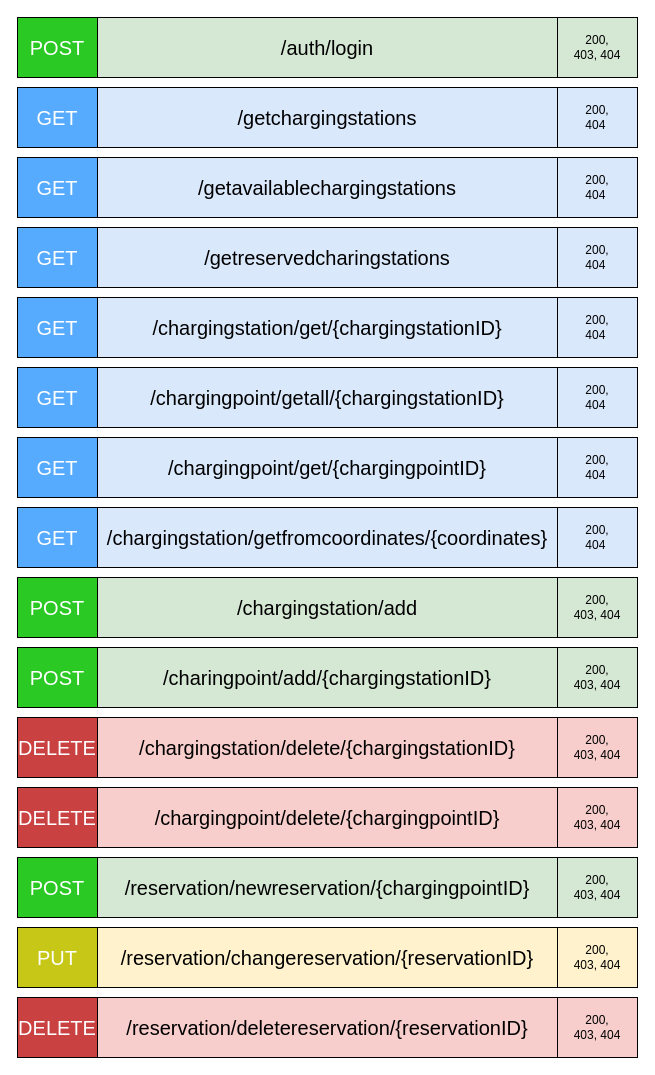
08micco/P6 keeps this draw.io diagram as draw.io/CSR API Endpoints.drawio. Above is the earlier version. Source tidied: cells renumbered, new cells numbered last; positions are measured from the earlier drawing's top-left corner, leaving out a move shared by most shapes. Both pictures are drawn from the tidied source at 100%, with x=0, y=0 at pixel (17, 17).
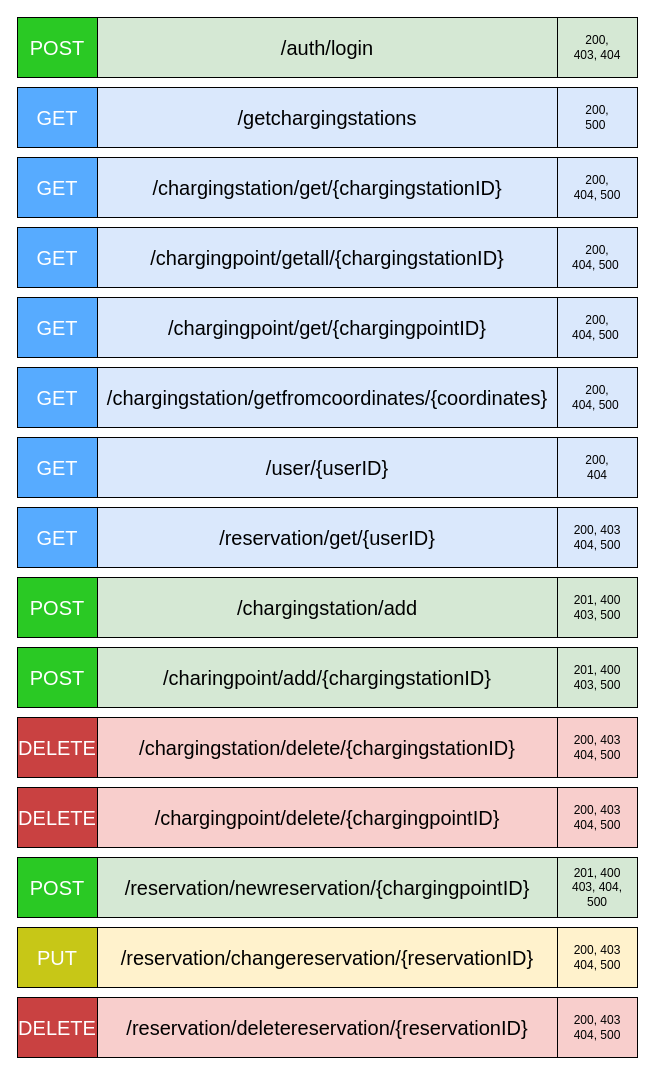
Above is the later version.

Diff of the diagram source:
```diff
@@
-    <mxCell id="8" value="200,&lt;div&gt;404&amp;nbsp;&lt;/div&gt;" style="rounded=0;whiteSpace=wrap;html=1;fillColor=#dae8fc;strokeColor=#000000;" parent="1" vertex="1">
+    <mxCell id="8" value="200,&lt;div&gt;500&amp;nbsp;&lt;/div&gt;" style="rounded=0;whiteSpace=wrap;html=1;fillColor=#dae8fc;strokeColor=#000000;" parent="1" vertex="1">
       <mxGeometry x="540" y="70" width="80" height="60" as="geometry" />
     </mxCell>
@@
-    <mxCell id="10" value="200,&lt;div&gt;403, 404&lt;/div&gt;" style="rounded=0;whiteSpace=wrap;html=1;fillColor=#f8cecc;strokeColor=#000000;" parent="1" vertex="1">
+    <mxCell id="10" value="200, 403&lt;div&gt;404, 500&lt;/div&gt;" style="rounded=0;whiteSpace=wrap;html=1;fillColor=#f8cecc;strokeColor=#000000;" parent="1" vertex="1">
       <mxGeometry x="540" y="700" width="80" height="60" as="geometry" />
     </mxCell>
-    <mxCell id="11" value="&lt;font style=&quot;font-size: 20px;&quot;&gt;/getavailablechargingstations&lt;/font&gt;" style="rounded=0;whiteSpace=wrap;html=1;fillColor=#dae8fc;strokeColor=#000000;" parent="1" vertex="1">
-      <mxGeometry x="80" y="140" width="460" height="60" as="geometry" />
-    </mxCell>
-    <mxCell id="12" value="&lt;font color=&quot;#ffffff&quot; style=&quot;font-size: 20px;&quot;&gt;GET&lt;/font&gt;" style="rounded=0;whiteSpace=wrap;html=1;fillColor=#57ABFF;strokeColor=#000000;" parent="1" vertex="1">
-      <mxGeometry y="140" width="80" height="60" as="geometry" />
-    </mxCell>
-    <mxCell id="13" value="200,&lt;div&gt;404&amp;nbsp;&lt;/div&gt;" style="rounded=0;whiteSpace=wrap;html=1;fillColor=#dae8fc;strokeColor=#000000;" parent="1" vertex="1">
-      <mxGeometry x="540" y="140" width="80" height="60" as="geometry" />
-    </mxCell>
-    <mxCell id="14" value="&lt;font style=&quot;font-size: 20px;&quot;&gt;/getreservedcharingstations&lt;/font&gt;" style="rounded=0;whiteSpace=wrap;html=1;fillColor=#dae8fc;strokeColor=#000000;" parent="1" vertex="1">
-      <mxGeometry x="80" y="210" width="460" height="60" as="geometry" />
-    </mxCell>
-    <mxCell id="15" value="&lt;font color=&quot;#ffffff&quot; style=&quot;font-size: 20px;&quot;&gt;GET&lt;/font&gt;" style="rounded=0;whiteSpace=wrap;html=1;fillColor=#57ABFF;strokeColor=#000000;" parent="1" vertex="1">
-      <mxGeometry y="210" width="80" height="60" as="geometry" />
-    </mxCell>
-    <mxCell id="16" value="200,&lt;div&gt;404&amp;nbsp;&lt;/div&gt;" style="rounded=0;whiteSpace=wrap;html=1;fillColor=#dae8fc;strokeColor=#000000;" parent="1" vertex="1">
-      <mxGeometry x="540" y="210" width="80" height="60" as="geometry" />
-    </mxCell>
@@
-    <mxCell id="19" value="200,&lt;div&gt;403, 404&lt;/div&gt;" style="rounded=0;whiteSpace=wrap;html=1;fillColor=#d5e8d4;strokeColor=#000000;" parent="1" vertex="1">
+    <mxCell id="19" value="201, 400&lt;div&gt;403, 500&lt;/div&gt;" style="rounded=0;whiteSpace=wrap;html=1;fillColor=#d5e8d4;strokeColor=#000000;" parent="1" vertex="1">
       <mxGeometry x="540" y="560" width="80" height="60" as="geometry" />
     </mxCell>
@@
-    <mxCell id="22" value="200,&lt;div&gt;403, 404&lt;/div&gt;" style="rounded=0;whiteSpace=wrap;html=1;fillColor=#d5e8d4;strokeColor=#000000;" parent="1" vertex="1">
+    <mxCell id="22" value="201, 400&lt;div&gt;403, 500&lt;/div&gt;" style="rounded=0;whiteSpace=wrap;html=1;fillColor=#d5e8d4;strokeColor=#000000;" parent="1" vertex="1">
       <mxGeometry x="540" y="630" width="80" height="60" as="geometry" />
     </mxCell>
@@
-    <mxCell id="25" value="200,&lt;div&gt;403, 404&lt;/div&gt;" style="rounded=0;whiteSpace=wrap;html=1;fillColor=#f8cecc;strokeColor=#000000;" parent="1" vertex="1">
+    <mxCell id="25" value="200, 403&lt;div&gt;404, 500&lt;/div&gt;" style="rounded=0;whiteSpace=wrap;html=1;fillColor=#f8cecc;strokeColor=#000000;" parent="1" vertex="1">
       <mxGeometry x="540" y="770" width="80" height="60" as="geometry" />
     </mxCell>
@@
-    <mxCell id="28" value="200,&lt;div&gt;403, 404&lt;/div&gt;" style="rounded=0;whiteSpace=wrap;html=1;fillColor=#d5e8d4;strokeColor=#000000;" parent="1" vertex="1">
+    <mxCell id="28" value="201, 400&lt;div&gt;403, 404,&lt;/div&gt;&lt;div&gt;500&lt;/div&gt;" style="rounded=0;whiteSpace=wrap;html=1;fillColor=#d5e8d4;strokeColor=#000000;" parent="1" vertex="1">
       <mxGeometry x="540" y="840" width="80" height="60" as="geometry" />
     </mxCell>
@@
-    <mxCell id="31" value="200,&lt;div&gt;403, 404&lt;/div&gt;" style="rounded=0;whiteSpace=wrap;html=1;fillColor=#fff2cc;strokeColor=#000000;" parent="1" vertex="1">
+    <mxCell id="31" value="200, 403&lt;div&gt;404, 500&lt;/div&gt;" style="rounded=0;whiteSpace=wrap;html=1;fillColor=#fff2cc;strokeColor=#000000;" parent="1" vertex="1">
       <mxGeometry x="540" y="910" width="80" height="60" as="geometry" />
     </mxCell>
@@
-    <mxCell id="34" value="200,&lt;div&gt;403, 404&lt;/div&gt;" style="rounded=0;whiteSpace=wrap;html=1;fillColor=#f8cecc;strokeColor=#000000;" parent="1" vertex="1">
+    <mxCell id="34" value="200, 403&lt;div&gt;404, 500&lt;/div&gt;" style="rounded=0;whiteSpace=wrap;html=1;fillColor=#f8cecc;strokeColor=#000000;" parent="1" vertex="1">
       <mxGeometry x="540" y="980" width="80" height="60" as="geometry" />
     </mxCell>
     <mxCell id="35" value="&lt;font style=&quot;font-size: 20px;&quot;&gt;/chargingstation/get/{chargingstationID}&lt;/font&gt;" style="rounded=0;whiteSpace=wrap;html=1;fillColor=#dae8fc;strokeColor=#000000;" parent="1" vertex="1">
-      <mxGeometry x="80" y="280" width="460" height="60" as="geometry" />
+      <mxGeometry x="80" y="140" width="460" height="60" as="geometry" />
     </mxCell>
     <mxCell id="36" value="&lt;font color=&quot;#ffffff&quot; style=&quot;font-size: 20px;&quot;&gt;GET&lt;/font&gt;" style="rounded=0;whiteSpace=wrap;html=1;fillColor=#57ABFF;strokeColor=#000000;" parent="1" vertex="1">
-      <mxGeometry y="280" width="80" height="60" as="geometry" />
+      <mxGeometry y="140" width="80" height="60" as="geometry" />
     </mxCell>
-    <mxCell id="37" value="200,&lt;div&gt;404&amp;nbsp;&lt;/div&gt;" style="rounded=0;whiteSpace=wrap;html=1;fillColor=#dae8fc;strokeColor=#000000;" parent="1" vertex="1">
-      <mxGeometry x="540" y="280" width="80" height="60" as="geometry" />
+    <mxCell id="37" value="200,&lt;div&gt;404, 500&lt;/div&gt;" style="rounded=0;whiteSpace=wrap;html=1;fillColor=#dae8fc;strokeColor=#000000;" parent="1" vertex="1">
+      <mxGeometry x="540" y="140" width="80" height="60" as="geometry" />
     </mxCell>
     <mxCell id="38" value="&lt;font style=&quot;font-size: 20px;&quot;&gt;/chargingpoint/getall/{chargingstationID}&lt;/font&gt;" style="rounded=0;whiteSpace=wrap;html=1;fillColor=#dae8fc;strokeColor=#000000;" parent="1" vertex="1">
-      <mxGeometry x="80" y="350" width="460" height="60" as="geometry" />
+      <mxGeometry x="80" y="210" width="460" height="60" as="geometry" />
     </mxCell>
     <mxCell id="39" value="&lt;font color=&quot;#ffffff&quot; style=&quot;font-size: 20px;&quot;&gt;GET&lt;/font&gt;" style="rounded=0;whiteSpace=wrap;html=1;fillColor=#57ABFF;strokeColor=#000000;" parent="1" vertex="1">
-      <mxGeometry y="350" width="80" height="60" as="geometry" />
+      <mxGeometry y="210" width="80" height="60" as="geometry" />
     </mxCell>
-    <mxCell id="40" value="200,&lt;div&gt;404&amp;nbsp;&lt;/div&gt;" style="rounded=0;whiteSpace=wrap;html=1;fillColor=#dae8fc;strokeColor=#000000;" parent="1" vertex="1">
-      <mxGeometry x="540" y="350" width="80" height="60" as="geometry" />
+    <mxCell id="40" value="200,&lt;div&gt;404&lt;span style=&quot;background-color: initial;&quot;&gt;, 500&lt;/span&gt;&lt;span style=&quot;background-color: initial;&quot;&gt;&amp;nbsp;&lt;/span&gt;&lt;/div&gt;" style="rounded=0;whiteSpace=wrap;html=1;fillColor=#dae8fc;strokeColor=#000000;" parent="1" vertex="1">
+      <mxGeometry x="540" y="210" width="80" height="60" as="geometry" />
     </mxCell>
     <mxCell id="41" value="&lt;font style=&quot;font-size: 20px;&quot;&gt;/chargingpoint/get/{chargingpointID}&lt;/font&gt;" style="rounded=0;whiteSpace=wrap;html=1;fillColor=#dae8fc;strokeColor=#000000;" parent="1" vertex="1">
-      <mxGeometry x="80" y="420" width="460" height="60" as="geometry" />
+      <mxGeometry x="80" y="280" width="460" height="60" as="geometry" />
     </mxCell>
     <mxCell id="42" value="&lt;font color=&quot;#ffffff&quot; style=&quot;font-size: 20px;&quot;&gt;GET&lt;/font&gt;" style="rounded=0;whiteSpace=wrap;html=1;fillColor=#57ABFF;strokeColor=#000000;" parent="1" vertex="1">
-      <mxGeometry y="420" width="80" height="60" as="geometry" />
+      <mxGeometry y="280" width="80" height="60" as="geometry" />
     </mxCell>
-    <mxCell id="43" value="200,&lt;div&gt;404&amp;nbsp;&lt;/div&gt;" style="rounded=0;whiteSpace=wrap;html=1;fillColor=#dae8fc;strokeColor=#000000;" parent="1" vertex="1">
-      <mxGeometry x="540" y="420" width="80" height="60" as="geometry" />
+    <mxCell id="43" value="200,&lt;div&gt;404&lt;span style=&quot;background-color: initial;&quot;&gt;, 500&lt;/span&gt;&lt;span style=&quot;background-color: initial;&quot;&gt;&amp;nbsp;&lt;/span&gt;&lt;/div&gt;" style="rounded=0;whiteSpace=wrap;html=1;fillColor=#dae8fc;strokeColor=#000000;" parent="1" vertex="1">
+      <mxGeometry x="540" y="280" width="80" height="60" as="geometry" />
     </mxCell>
     <mxCell id="44" value="&lt;font style=&quot;font-size: 20px;&quot;&gt;/chargingstation/getfromcoordinates/{coordinates}&lt;/font&gt;" style="rounded=0;whiteSpace=wrap;html=1;fillColor=#dae8fc;strokeColor=#000000;" parent="1" vertex="1">
-      <mxGeometry x="80" y="490" width="460" height="60" as="geometry" />
+      <mxGeometry x="80" y="350" width="460" height="60" as="geometry" />
     </mxCell>
     <mxCell id="45" value="&lt;font color=&quot;#ffffff&quot; style=&quot;font-size: 20px;&quot;&gt;GET&lt;/font&gt;" style="rounded=0;whiteSpace=wrap;html=1;fillColor=#57ABFF;strokeColor=#000000;" parent="1" vertex="1">
-      <mxGeometry y="490" width="80" height="60" as="geometry" />
+      <mxGeometry y="350" width="80" height="60" as="geometry" />
     </mxCell>
-    <mxCell id="46" value="200,&lt;div&gt;404&amp;nbsp;&lt;/div&gt;" style="rounded=0;whiteSpace=wrap;html=1;fillColor=#dae8fc;strokeColor=#000000;" parent="1" vertex="1">
-      <mxGeometry x="540" y="490" width="80" height="60" as="geometry" />
+    <mxCell id="46" value="200,&lt;div&gt;404&lt;span style=&quot;background-color: initial;&quot;&gt;, 500&lt;/span&gt;&lt;span style=&quot;background-color: initial;&quot;&gt;&amp;nbsp;&lt;/span&gt;&lt;/div&gt;" style="rounded=0;whiteSpace=wrap;html=1;fillColor=#dae8fc;strokeColor=#000000;" parent="1" vertex="1">
+      <mxGeometry x="540" y="350" width="80" height="60" as="geometry" />
     </mxCell>
+    <mxCell id="47" value="&lt;font style=&quot;font-size: 20px;&quot;&gt;/user/{userID}&lt;/font&gt;" style="rounded=0;whiteSpace=wrap;html=1;fillColor=#dae8fc;strokeColor=#000000;" parent="1" vertex="1">
+      <mxGeometry x="80" y="420" width="460" height="60" as="geometry" />
+    </mxCell>
+    <mxCell id="48" value="&lt;font color=&quot;#ffffff&quot; style=&quot;font-size: 20px;&quot;&gt;GET&lt;/font&gt;" style="rounded=0;whiteSpace=wrap;html=1;fillColor=#57ABFF;strokeColor=#000000;" parent="1" vertex="1">
+      <mxGeometry y="420" width="80" height="60" as="geometry" />
+    </mxCell>
+    <mxCell id="49" value="200,&lt;div&gt;404&lt;/div&gt;" style="rounded=0;whiteSpace=wrap;html=1;fillColor=#dae8fc;strokeColor=#000000;" parent="1" vertex="1">
+      <mxGeometry x="540" y="420" width="80" height="60" as="geometry" />
+    </mxCell>
+    <mxCell id="50" value="&lt;font style=&quot;font-size: 20px;&quot;&gt;/reservation/get/{userID}&lt;/font&gt;" style="rounded=0;whiteSpace=wrap;html=1;fillColor=#dae8fc;strokeColor=#000000;" parent="1" vertex="1">
+      <mxGeometry x="80" y="490" width="460" height="60" as="geometry" />
+    </mxCell>
+    <mxCell id="51" value="&lt;font color=&quot;#ffffff&quot; style=&quot;font-size: 20px;&quot;&gt;GET&lt;/font&gt;" style="rounded=0;whiteSpace=wrap;html=1;fillColor=#57ABFF;strokeColor=#000000;" parent="1" vertex="1">
+      <mxGeometry y="490" width="80" height="60" as="geometry" />
+    </mxCell>
+    <mxCell id="52" value="200, 403&lt;div&gt;404, 500&lt;/div&gt;" style="rounded=0;whiteSpace=wrap;html=1;fillColor=#dae8fc;strokeColor=#000000;" parent="1" vertex="1">
+      <mxGeometry x="540" y="490" width="80" height="60" as="geometry" />
+    </mxCell>
```
